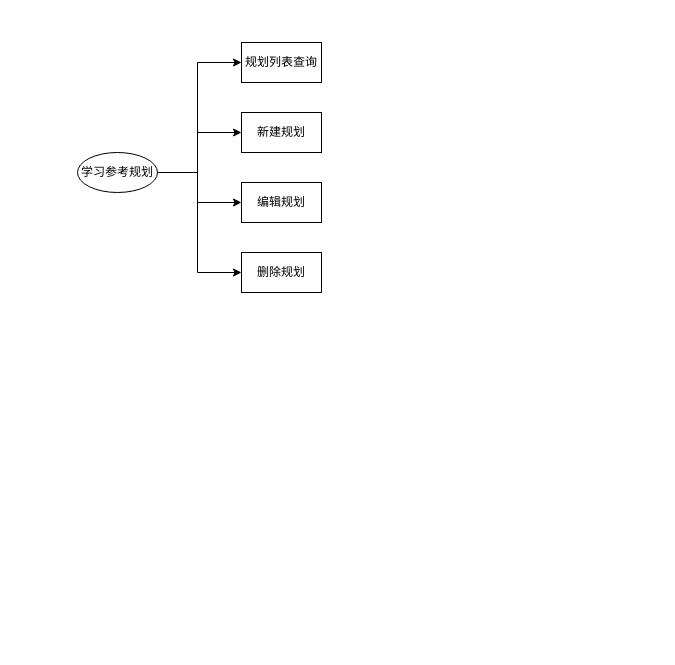
me-Minion/draw keeps this draw.io diagram as 学习任务分配-参考规划+用户端.drawio. Above is the earlier version. Source tidied: cells renumbered, new cells numbered last; positions are measured from the earlier drawing's top-left corner, leaving out a move shared by most shapes. Both pictures are drawn from the tidied source at 100%, with x=0, y=0 at pixel (77, 42).
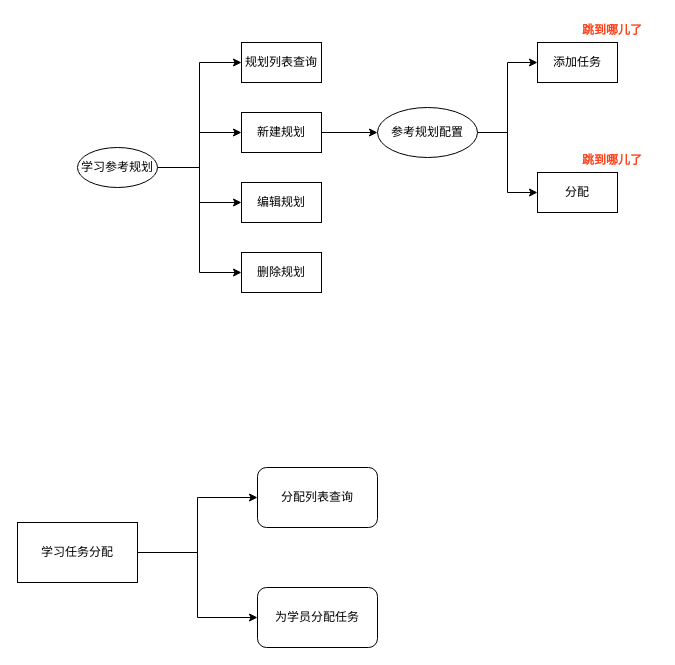
After the change.

Commit message (it also covers changes not shown here):
更新学习任务分配-参考规划+用户端.drawio

Unchanged cells that the change refers to:
```xml
<mxCell id="7" value="规划列表查询" style="rounded=0;whiteSpace=wrap;html=1;" parent="1" vertex="1">
  <mxGeometry x="164" width="80" height="40" as="geometry" />
</mxCell>
<mxCell id="8" value="编辑规划" style="rounded=0;whiteSpace=wrap;html=1;" parent="1" vertex="1">
  <mxGeometry x="164" y="140" width="80" height="40" as="geometry" />
</mxCell>
<mxCell id="9" value="新建规划" style="rounded=0;whiteSpace=wrap;html=1;" parent="1" vertex="1">
  <mxGeometry x="164" y="70" width="80" height="40" as="geometry" />
</mxCell>
<mxCell id="10" value="删除规划" style="rounded=0;whiteSpace=wrap;html=1;" parent="1" vertex="1">
  <mxGeometry x="164" y="210" width="80" height="40" as="geometry" />
</mxCell>
```

Diff of the diagram source:
```diff
@@
-    <mxCell id="2" style="edgeStyle=orthogonalEdgeStyle;rounded=0;jettySize=auto;html=1;" parent="1" edge="1" source="6" target="7">
-      <mxGeometry relative="1" as="geometry">
-        <Array as="points">
-          <mxPoint x="120" y="130" />
-          <mxPoint x="120" y="20" />
-        </Array>
-      </mxGeometry>
+    <mxCell id="2" style="edgeStyle=orthogonalEdgeStyle;rounded=0;jettySize=auto;html=1;exitX=1;exitY=0.5;exitDx=0;exitDy=0;entryX=0;entryY=0.5;entryDx=0;entryDy=0;" parent="1" edge="1" source="6" target="7">
+      <mxGeometry relative="1" as="geometry" />
     </mxCell>
-    <mxCell id="3" style="edgeStyle=orthogonalEdgeStyle;rounded=0;jettySize=auto;html=1;" parent="1" edge="1" source="6" target="8">
-      <mxGeometry relative="1" as="geometry">
-        <Array as="points">
-          <mxPoint x="120" y="130" />
-          <mxPoint x="120" y="160" />
-        </Array>
-      </mxGeometry>
+    <mxCell id="3" style="edgeStyle=orthogonalEdgeStyle;rounded=0;jettySize=auto;html=1;exitX=1;exitY=0.5;exitDx=0;exitDy=0;entryX=0;entryY=0.5;entryDx=0;entryDy=0;" parent="1" edge="1" source="6" target="8">
+      <mxGeometry relative="1" as="geometry" />
     </mxCell>
-    <mxCell id="4" style="edgeStyle=orthogonalEdgeStyle;rounded=0;jettySize=auto;html=1;" parent="1" edge="1" source="6" target="9">
-      <mxGeometry relative="1" as="geometry">
-        <Array as="points">
-          <mxPoint x="120" y="130" />
-          <mxPoint x="120" y="90" />
-        </Array>
-      </mxGeometry>
+    <mxCell id="4" style="edgeStyle=orthogonalEdgeStyle;rounded=0;jettySize=auto;html=1;exitX=1;exitY=0.5;exitDx=0;exitDy=0;entryX=0;entryY=0.5;entryDx=0;entryDy=0;" parent="1" edge="1" source="6" target="9">
+      <mxGeometry relative="1" as="geometry" />
     </mxCell>
-    <mxCell id="5" style="edgeStyle=orthogonalEdgeStyle;rounded=0;jettySize=auto;html=1;" parent="1" edge="1" source="6" target="10">
-      <mxGeometry relative="1" as="geometry">
-        <Array as="points">
-          <mxPoint x="120" y="130" />
-          <mxPoint x="120" y="230" />
-        </Array>
-      </mxGeometry>
+    <mxCell id="5" style="edgeStyle=orthogonalEdgeStyle;rounded=0;jettySize=auto;html=1;exitX=1;exitY=0.5;exitDx=0;exitDy=0;entryX=0;entryY=0.5;entryDx=0;entryDy=0;" parent="1" edge="1" source="6" target="10">
+      <mxGeometry relative="1" as="geometry" />
     </mxCell>
     <mxCell id="6" value="学习参考规划" style="ellipse;whiteSpace=wrap;html=1;" parent="1" vertex="1">
-      <mxGeometry y="110" width="80" height="40" as="geometry" />
+      <mxGeometry y="105" width="80" height="40" as="geometry" />
     </mxCell>
@@
+    <mxCell id="11" style="edgeStyle=orthogonalEdgeStyle;rounded=0;jettySize=auto;html=1;exitX=1;exitY=0.5;exitDx=0;exitDy=0;entryX=0;entryY=0.5;entryDx=0;entryDy=0;" parent="1" edge="1" source="9" target="14">
+      <mxGeometry relative="1" as="geometry" />
+    </mxCell>
@@
+    <mxCell id="12" style="edgeStyle=orthogonalEdgeStyle;rounded=0;jettySize=auto;html=1;exitX=1;exitY=0.5;exitDx=0;exitDy=0;entryX=0;entryY=0.5;entryDx=0;entryDy=0;" parent="1" edge="1" source="14" target="15">
+      <mxGeometry relative="1" as="geometry" />
+    </mxCell>
+    <mxCell id="13" style="edgeStyle=orthogonalEdgeStyle;rounded=0;jettySize=auto;html=1;exitX=1;exitY=0.5;exitDx=0;exitDy=0;entryX=0;entryY=0.5;entryDx=0;entryDy=0;" parent="1" edge="1" source="14" target="17">
+      <mxGeometry relative="1" as="geometry" />
+    </mxCell>
+    <mxCell id="14" value="参考规划配置" style="ellipse;whiteSpace=wrap;html=1;" parent="1" vertex="1">
+      <mxGeometry x="300" y="65" width="100" height="50" as="geometry" />
+    </mxCell>
+    <mxCell id="15" value="添加任务" style="rounded=0;whiteSpace=wrap;html=1;" parent="1" vertex="1">
+      <mxGeometry x="460" width="80" height="40" as="geometry" />
+    </mxCell>
+    <mxCell id="16" value="&lt;b&gt;&lt;font color=&quot;#ff4019&quot;&gt;跳到哪儿了&lt;/font&gt;&lt;/b&gt;" style="text;html=1;align=center;verticalAlign=middle;whiteSpace=wrap;rounded=0;" parent="1" vertex="1">
+      <mxGeometry x="490" y="-25" width="90" height="25" as="geometry" />
+    </mxCell>
+    <mxCell id="17" value="分配" style="rounded=0;whiteSpace=wrap;html=1;" parent="1" vertex="1">
+      <mxGeometry x="460" y="130" width="80" height="40" as="geometry" />
+    </mxCell>
+    <mxCell id="18" value="&lt;b&gt;&lt;font color=&quot;#ff4019&quot;&gt;跳到哪儿了&lt;/font&gt;&lt;/b&gt;" style="text;html=1;align=center;verticalAlign=middle;whiteSpace=wrap;rounded=0;" parent="1" vertex="1">
+      <mxGeometry x="490" y="105" width="90" height="25" as="geometry" />
+    </mxCell>
+    <mxCell id="19" style="edgeStyle=orthogonalEdgeStyle;rounded=0;jettySize=auto;html=1;exitX=1;exitY=0.5;exitDx=0;exitDy=0;" parent="1" edge="1" source="21" target="22">
+      <mxGeometry relative="1" as="geometry" />
+    </mxCell>
+    <mxCell id="20" style="edgeStyle=orthogonalEdgeStyle;rounded=0;jettySize=auto;html=1;exitX=1;exitY=0.5;exitDx=0;exitDy=0;entryX=0;entryY=0.5;entryDx=0;entryDy=0;" parent="1" edge="1" source="21" target="23">
+      <mxGeometry relative="1" as="geometry" />
+    </mxCell>
+    <mxCell id="21" value="学习任务分配" style="rounded=0;whiteSpace=wrap;html=1;" parent="1" vertex="1">
+      <mxGeometry x="-60" y="480" width="120" height="60" as="geometry" />
+    </mxCell>
+    <mxCell id="22" value="分配列表查询" style="rounded=1;whiteSpace=wrap;html=1;" parent="1" vertex="1">
+      <mxGeometry x="180" y="425" width="120" height="60" as="geometry" />
+    </mxCell>
+    <mxCell id="23" value="为学员分配任务" style="rounded=1;whiteSpace=wrap;html=1;" parent="1" vertex="1">
+      <mxGeometry x="180" y="545" width="120" height="60" as="geometry" />
+    </mxCell>
```
